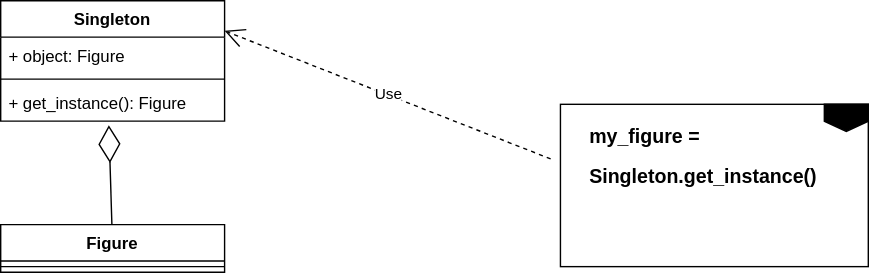
This is img/singleton.svg from ElenaShargina/patterns, a draw.io export, as it was before one commit. Source tidied: cells renumbered, new cells last; positions are measured from the earlier drawing's top-left corner, leaving out a move shared by most shapes.
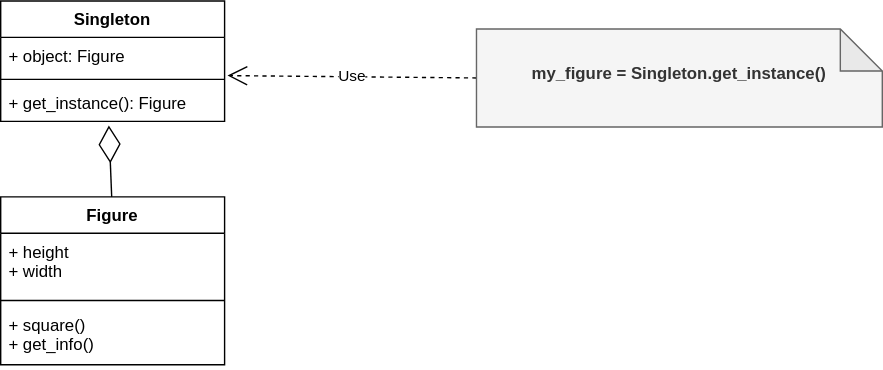
Later version of the same file.

The edit, as a diff of the source:
```diff
@@ -14,31 +14,28 @@
     <mxCell id="5" value="+ get_instance(): Figure" style="text;strokeColor=none;fillColor=none;align=left;verticalAlign=top;spacingLeft=4;spacingRight=4;overflow=hidden;points=[[0,0.5],[1,0.5]];portConstraint=eastwest;whiteSpace=wrap;html=1;" parent="2" vertex="1">
       <mxGeometry y="60" width="160" height="26" as="geometry" />
     </mxCell>
+    <mxCell id="8" style="endArrow=diamondThin;endFill=0;endSize=24;html=1;rounded=0;entryX=0.483;entryY=1.115;entryDx=0;entryDy=0;entryPerimeter=0;" parent="1" edge="1" target="5">
+      <mxGeometry relative="1" as="geometry">
+        <mxPoint x="79.3" y="140" as="sourcePoint" />
+      </mxGeometry>
+    </mxCell>
+    <mxCell id="13" value="Use" style="endArrow=open;endSize=12;dashed=1;html=1;rounded=0;exitX=0;exitY=0.5;exitDx=0;exitDy=0;exitPerimeter=0;entryX=1.013;entryY=1.051;entryDx=0;entryDy=0;entryPerimeter=0;" parent="1" edge="1" source="12" target="3">
+      <mxGeometry relative="1" as="geometry" />
+    </mxCell>
+    <mxCell id="12" value="&lt;h1 style=&quot;border-color: var(--border-color); text-align: left;&quot;&gt;&lt;font style=&quot;font-size: 12px;&quot;&gt;my_figure = Singleton.get_instance()&lt;/font&gt;&lt;/h1&gt;&lt;div style=&quot;&quot;&gt;&lt;span style=&quot;border-color: var(--border-color);&quot;&gt;&lt;br&gt;&lt;/span&gt;&lt;/div&gt;" style="shape=note;whiteSpace=wrap;html=1;backgroundOutline=1;darkOpacity=0.05;fillColor=#f5f5f5;fontColor=#333333;strokeColor=#666666;" parent="1" vertex="1">
+      <mxGeometry x="340" y="20" width="290" height="70" as="geometry" />
+    </mxCell>
     <mxCell id="6" value="Figure" style="swimlane;fontStyle=1;align=center;verticalAlign=top;horizontal=1;startSize=26;whiteSpace=wrap;html=1;" parent="1" vertex="1">
-      <mxGeometry y="160" width="160" height="34" as="geometry" />
+      <mxGeometry y="140" width="160" height="120" as="geometry" />
     </mxCell>
-    <mxCell id="7" style="line;strokeWidth=1;fillColor=none;align=left;verticalAlign=middle;spacingTop=-1;spacingLeft=3;spacingRight=3;labelPosition=right;strokeColor=inherit;" parent="6" vertex="1">
-      <mxGeometry y="26" width="160" height="8" as="geometry" />
-    </mxCell>
-    <mxCell id="8" style="endArrow=diamondThin;endFill=0;endSize=24;html=1;rounded=0;entryX=0.483;entryY=1.115;entryDx=0;entryDy=0;entryPerimeter=0;" parent="1" edge="1" source="6" target="5">
-      <mxGeometry relative="1" as="geometry" />
-    </mxCell>
-    <mxCell id="9" style="group;" parent="1" vertex="1">
-      <mxGeometry x="400" y="74" width="220" height="116" as="geometry" />
-    </mxCell>
-    <mxCell id="10" style="rounded=0;whiteSpace=wrap;html=1;" parent="9" vertex="1">
-      <mxGeometry width="220" height="116" as="geometry" />
-    </mxCell>
-    <mxCell id="11" style="shape=offPageConnector;whiteSpace=wrap;html=1;fillColor=#000000;" parent="9" vertex="1">
-      <mxGeometry x="188.6" width="31.4" height="19.3" as="geometry" />
-    </mxCell>
-    <mxCell id="12" value="&lt;h1&gt;&lt;span style=&quot;font-size: 14px;&quot;&gt;my_figure = Singleton.get_instance()&lt;/span&gt;&lt;/h1&gt;&lt;div&gt;&lt;span style=&quot;font-size: 14px;&quot;&gt;&lt;br&gt;&lt;/span&gt;&lt;/div&gt;" style="text;html=1;strokeColor=none;fillColor=none;spacing=5;spacingTop=-20;whiteSpace=wrap;overflow=hidden;rounded=0;" parent="9" vertex="1">
-      <mxGeometry x="15.7" width="188.6" height="106.3" as="geometry" />
-    </mxCell>
-    <mxCell id="13" value="Use" style="endArrow=open;endSize=12;dashed=1;html=1;rounded=0;exitX=-0.016;exitY=0.235;exitDx=0;exitDy=0;exitPerimeter=0;entryX=1;entryY=0.25;entryDx=0;entryDy=0;" parent="1" edge="1" target="2">
-      <mxGeometry relative="1" as="geometry">
-        <mxPoint x="393" y="113" as="sourcePoint" />
-      </mxGeometry>
-    </mxCell>
+    <mxCell id="14" value="+ height&amp;nbsp;&lt;br&gt;+ width" style="text;strokeColor=none;fillColor=none;align=left;verticalAlign=top;spacingLeft=4;spacingRight=4;overflow=hidden;whiteSpace=wrap;html=1;" parent="6" vertex="1">
+      <mxGeometry y="26" width="160" height="44" as="geometry" />
+    </mxCell>
+    <mxCell id="15" style="line;strokeWidth=1;fillColor=none;align=left;verticalAlign=middle;spacingTop=-1;spacingLeft=3;spacingRight=3;labelPosition=right;strokeColor=inherit;" parent="6" vertex="1">
+      <mxGeometry y="70" width="160" height="8" as="geometry" />
+    </mxCell>
+    <mxCell id="16" value="+ square()&lt;br&gt;+ get_info()" style="text;strokeColor=none;fillColor=none;align=left;verticalAlign=top;spacingLeft=4;spacingRight=4;overflow=hidden;whiteSpace=wrap;html=1;" parent="6" vertex="1">
+      <mxGeometry y="78" width="160" height="42" as="geometry" />
+    </mxCell>
   </root>
 </mxGraphModel>
```
